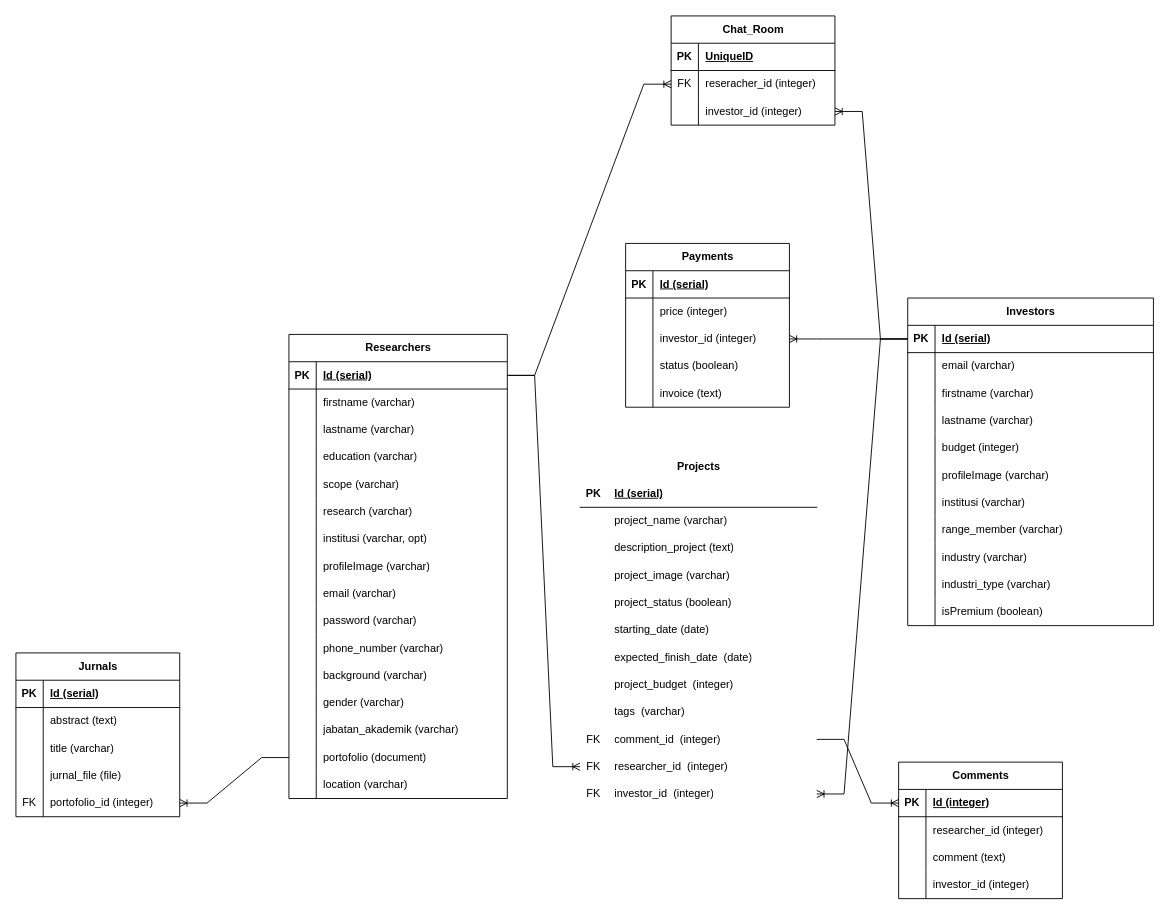
Earlier version of the draw.io diagram prevferr/flow.drawio (Prevferr/Pintar-Ai-Next-app). Source tidied: cells renumbered, new cells numbered last; positions are measured from the earlier drawing's top-left corner, leaving out a move shared by most shapes. Both pictures are drawn from the tidied source at 91%, with x=0, y=0 at pixel (15, 15).
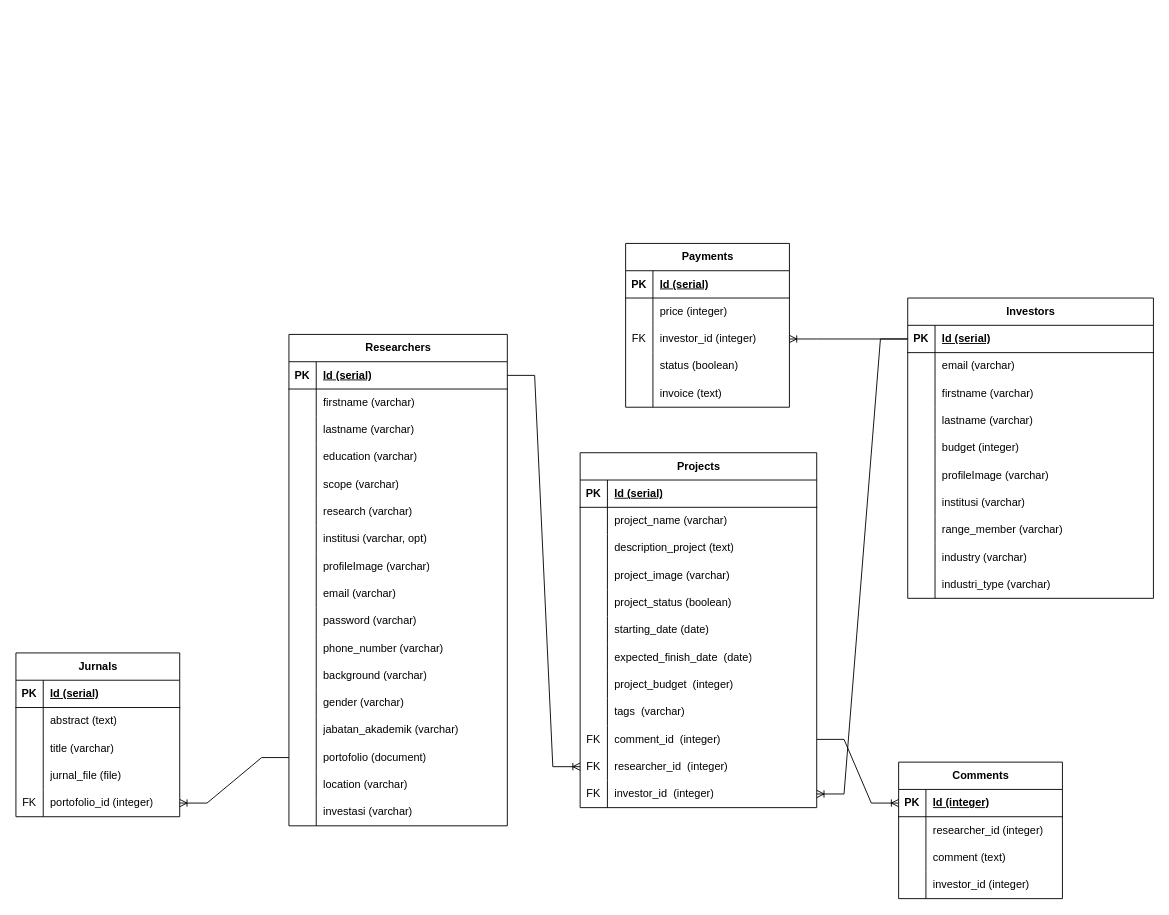
Above is the later version.

Unchanged cells that the change refers to:
```xml
<mxCell id="3" style="shape=tableRow;horizontal=0;startSize=0;swimlaneHead=0;swimlaneBody=0;fillColor=none;points=[[0,0.5],[1,0.5]];portConstraint=eastwest;top=0;left=0;right=0;bottom=1;" parent="2" vertex="1">
  <mxGeometry y="30" width="240" height="30" as="geometry" />
</mxCell>
<mxCell id="118" style="shape=tableRow;horizontal=0;startSize=0;swimlaneHead=0;swimlaneBody=0;fillColor=none;points=[[0,0.5],[1,0.5]];portConstraint=eastwest;top=0;left=0;right=0;bottom=0;" parent="111" vertex="1">
  <mxGeometry y="90" width="180" height="30" as="geometry" />
</mxCell>
<mxCell id="128" style="shape=tableRow;horizontal=0;startSize=0;swimlaneHead=0;swimlaneBody=0;fillColor=none;points=[[0,0.5],[1,0.5]];portConstraint=eastwest;top=0;left=0;right=0;bottom=1;" parent="127" vertex="1">
  <mxGeometry y="30" width="270" height="30" as="geometry" />
</mxCell>
```

The edit, as a diff of the source:
```diff
@@
     <mxCell id="2" value="Researchers" style="shape=table;startSize=30;childLayout=tableLayout;rowLines=0;fontStyle=1;align=center;html=1;" parent="1" vertex="1">
-      <mxGeometry x="300" y="350" width="240" height="510" as="geometry" />
+      <mxGeometry x="300" y="350" width="240" height="540" as="geometry" />
     </mxCell>
@@
+    <mxCell id="184" style="shape=tableRow;horizontal=0;startSize=0;swimlaneHead=0;swimlaneBody=0;fillColor=none;top=0;left=0;right=0;bottom=0;" parent="2" vertex="1">
+      <mxGeometry y="480" width="240" height="30" as="geometry" />
+    </mxCell>
+    <mxCell id="185" style="shape=partialRectangle;fillColor=none;top=0;left=0;bottom=0;right=0;overflow=hidden;whiteSpace=wrap;html=1;" parent="184" vertex="1">
+      <mxGeometry width="30" height="30" as="geometry" />
+    </mxCell>
+    <mxCell id="186" value="location (varchar)" style="shape=partialRectangle;fillColor=none;top=0;left=0;bottom=0;right=0;align=left;spacingLeft=6;overflow=hidden;whiteSpace=wrap;html=1;" parent="184" vertex="1">
+      <mxGeometry x="30" width="210" height="30" as="geometry" />
+    </mxCell>
     <mxCell id="48" style="shape=tableRow;horizontal=0;startSize=0;swimlaneHead=0;swimlaneBody=0;fillColor=none;top=0;left=0;right=0;bottom=0;" parent="2" vertex="1">
-      <mxGeometry y="480" width="240" height="30" as="geometry" />
+      <mxGeometry y="510" width="240" height="30" as="geometry" />
     </mxCell>
@@
-    <mxCell id="50" value="location (varchar)" style="shape=partialRectangle;fillColor=none;top=0;left=0;bottom=0;right=0;align=left;spacingLeft=6;overflow=hidden;whiteSpace=wrap;html=1;" parent="48" vertex="1">
+    <mxCell id="50" value="investasi (varchar)" style="shape=partialRectangle;fillColor=none;top=0;left=0;bottom=0;right=0;align=left;spacingLeft=6;overflow=hidden;whiteSpace=wrap;html=1;" parent="48" vertex="1">
       <mxGeometry x="30" width="210" height="30" as="geometry" />
     </mxCell>
-    <mxCell id="51" value="Projects" style="shape=table;startSize=30;childLayout=tableLayout;rowLines=0;fontStyle=1;align=center;html=1;strokeColor=none;" parent="1" vertex="1">
+    <mxCell id="51" value="Projects" style="shape=table;startSize=30;childLayout=tableLayout;rowLines=0;fontStyle=1;align=center;html=1;" parent="1" vertex="1">
       <mxGeometry x="620" y="480" width="260" height="390" as="geometry" />
     </mxCell>
@@
-    <mxCell id="88" value="Chat_Room" style="shape=table;startSize=30;childLayout=tableLayout;rowLines=0;fontStyle=1;align=center;html=1;" parent="1" vertex="1">
-      <mxGeometry x="720" width="180" height="120" as="geometry" />
-    </mxCell>
-    <mxCell id="89" style="shape=tableRow;horizontal=0;startSize=0;swimlaneHead=0;swimlaneBody=0;fillColor=none;top=0;left=0;right=0;bottom=1;" parent="88" vertex="1">
-      <mxGeometry y="30" width="180" height="30" as="geometry" />
-    </mxCell>
-    <mxCell id="90" value="PK" style="shape=partialRectangle;fillColor=none;top=0;left=0;bottom=0;right=0;fontStyle=1;overflow=hidden;whiteSpace=wrap;html=1;" parent="89" vertex="1">
-      <mxGeometry width="30" height="30" as="geometry" />
-    </mxCell>
-    <mxCell id="91" value="UniqueID" style="shape=partialRectangle;fillColor=none;top=0;left=0;bottom=0;right=0;align=left;spacingLeft=6;fontStyle=5;overflow=hidden;whiteSpace=wrap;html=1;" parent="89" vertex="1">
-      <mxGeometry x="30" width="150" height="30" as="geometry" />
-    </mxCell>
-    <mxCell id="92" style="shape=tableRow;horizontal=0;startSize=0;swimlaneHead=0;swimlaneBody=0;fillColor=none;points=[[0,0.5],[1,0.5]];portConstraint=eastwest;top=0;left=0;right=0;bottom=0;" parent="88" vertex="1">
-      <mxGeometry y="60" width="180" height="30" as="geometry" />
-    </mxCell>
-    <mxCell id="93" value="FK" style="shape=partialRectangle;fillColor=none;top=0;left=0;bottom=0;right=0;overflow=hidden;whiteSpace=wrap;html=1;" parent="92" vertex="1">
-      <mxGeometry width="30" height="30" as="geometry" />
-    </mxCell>
-    <mxCell id="94" value="reseracher_id (integer)" style="shape=partialRectangle;fillColor=none;top=0;left=0;bottom=0;right=0;align=left;spacingLeft=6;overflow=hidden;whiteSpace=wrap;html=1;" parent="92" vertex="1">
-      <mxGeometry x="30" width="150" height="30" as="geometry" />
-    </mxCell>
-    <mxCell id="95" style="shape=tableRow;horizontal=0;startSize=0;swimlaneHead=0;swimlaneBody=0;fillColor=none;points=[[0,0.5],[1,0.5]];portConstraint=eastwest;top=0;left=0;right=0;bottom=0;" parent="88" vertex="1">
-      <mxGeometry y="90" width="180" height="30" as="geometry" />
-    </mxCell>
-    <mxCell id="96" style="shape=partialRectangle;fillColor=none;top=0;left=0;bottom=0;right=0;overflow=hidden;whiteSpace=wrap;html=1;" parent="95" vertex="1">
-      <mxGeometry width="30" height="30" as="geometry" />
-    </mxCell>
-    <mxCell id="97" value="investor_id (integer)" style="shape=partialRectangle;fillColor=none;top=0;left=0;bottom=0;right=0;align=left;spacingLeft=6;overflow=hidden;whiteSpace=wrap;html=1;" parent="95" vertex="1">
-      <mxGeometry x="30" width="150" height="30" as="geometry" />
-    </mxCell>
@@
-    <mxCell id="119" style="shape=partialRectangle;fillColor=none;top=0;left=0;bottom=0;right=0;overflow=hidden;whiteSpace=wrap;html=1;" parent="118" vertex="1">
+    <mxCell id="119" value="FK" style="shape=partialRectangle;fillColor=none;top=0;left=0;bottom=0;right=0;overflow=hidden;whiteSpace=wrap;html=1;" parent="118" vertex="1">
       <mxGeometry width="30" height="30" as="geometry" />
     </mxCell>
@@
     <mxCell id="127" value="Investors" style="shape=table;startSize=30;childLayout=tableLayout;rowLines=0;fontStyle=1;align=center;html=1;" parent="1" vertex="1">
-      <mxGeometry x="980" y="310" width="270" height="360" as="geometry" />
+      <mxGeometry x="980" y="310" width="270" height="330" as="geometry" />
     </mxCell>
@@
-    <mxCell id="158" style="shape=tableRow;horizontal=0;startSize=0;swimlaneHead=0;swimlaneBody=0;fillColor=none;top=0;left=0;right=0;bottom=0;" parent="127" vertex="1">
-      <mxGeometry y="330" width="270" height="30" as="geometry" />
-    </mxCell>
-    <mxCell id="159" style="shape=partialRectangle;fillColor=none;top=0;left=0;bottom=0;right=0;overflow=hidden;whiteSpace=wrap;html=1;" parent="158" vertex="1">
-      <mxGeometry width="30" height="30" as="geometry" />
-    </mxCell>
-    <mxCell id="160" value="isPremium (boolean)" style="shape=partialRectangle;fillColor=none;top=0;left=0;bottom=0;right=0;align=left;spacingLeft=6;overflow=hidden;whiteSpace=wrap;html=1;" parent="158" vertex="1">
-      <mxGeometry x="30" width="240" height="30" as="geometry" />
-    </mxCell>
@@
-    <mxCell id="182" style="edgeStyle=entityRelationEdgeStyle;fontSize=12;html=1;endArrow=ERoneToMany;rounded=0;entryX=0;entryY=0.5;entryDx=0;entryDy=0;exitX=1;exitY=0.5;exitDx=0;exitDy=0;" parent="1" edge="1" source="3" target="92">
-      <mxGeometry relative="1" as="geometry" />
-    </mxCell>
-    <mxCell id="183" style="edgeStyle=entityRelationEdgeStyle;fontSize=12;html=1;endArrow=ERoneToMany;rounded=0;entryX=1;entryY=0.5;entryDx=0;entryDy=0;exitX=0;exitY=0.5;exitDx=0;exitDy=0;" parent="1" edge="1" source="128" target="95">
-      <mxGeometry relative="1" as="geometry" />
-    </mxCell>
```
